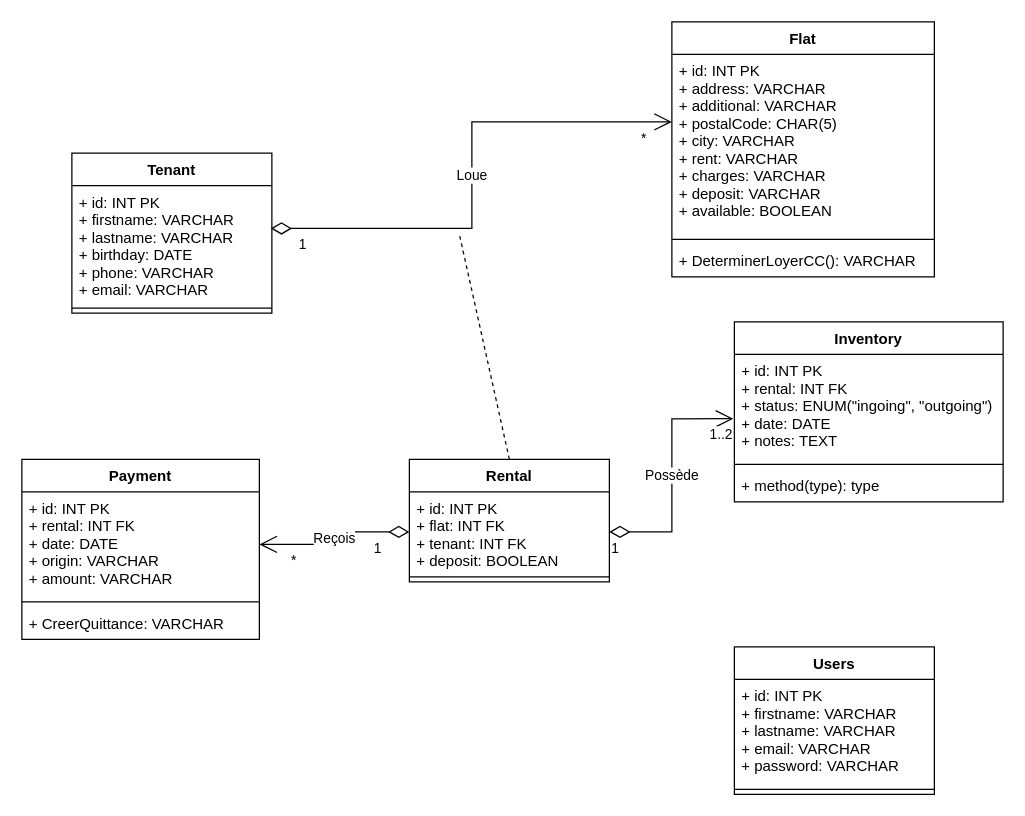
The draw.io diagram UML.drawio in ColeeneP/AppGestionLocation, before the edit. Source tidied: cells renumbered, new cells numbered last; positions are measured from the earlier drawing's top-left corner, leaving out a move shared by most shapes. Both pictures are drawn from the tidied source at 125%, with x=0, y=0 at pixel (21, 21).
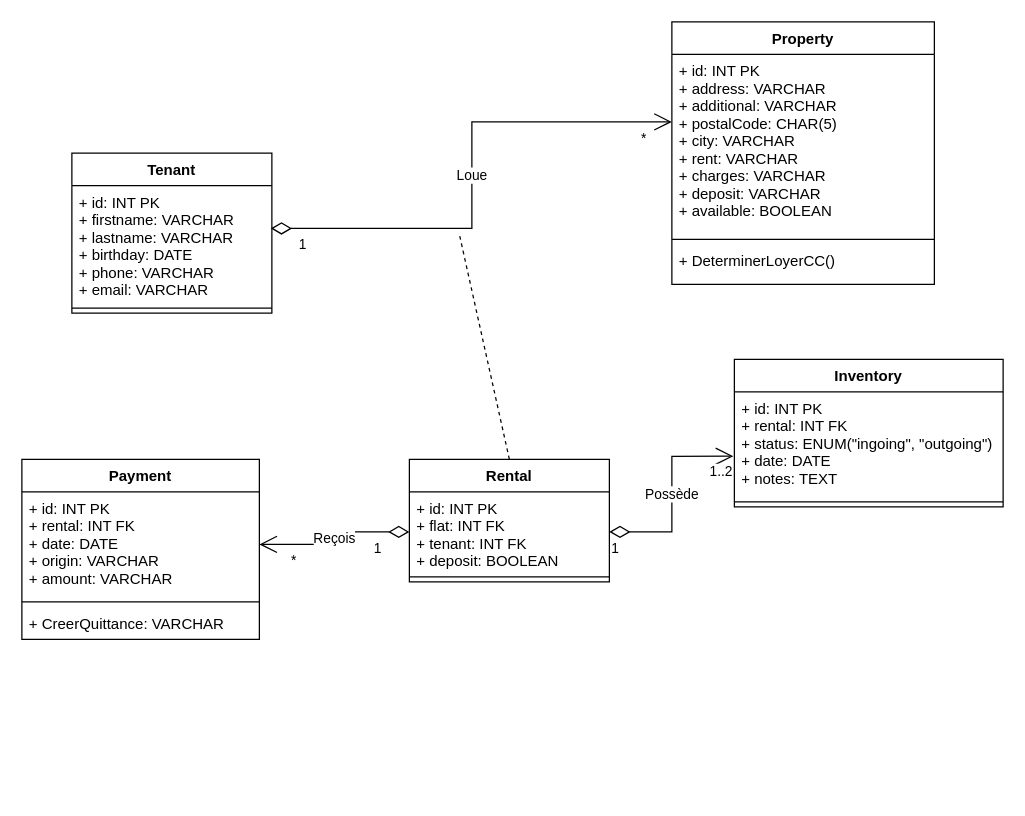
After the change.

The edit, as a diff of the source:
```diff
@@
-    <mxCell id="5" value="Flat" style="swimlane;fontStyle=1;align=center;verticalAlign=top;horizontal=1;startSize=26;" parent="1" vertex="1">
-      <mxGeometry x="520" width="210" height="204" as="geometry" />
+    <mxCell id="5" value="Property" style="swimlane;fontStyle=1;align=center;verticalAlign=top;horizontal=1;startSize=26;" parent="1" vertex="1">
+      <mxGeometry x="520" width="210" height="210" as="geometry" />
     </mxCell>
@@
-    <mxCell id="8" value="+ DeterminerLoyerCC(): VARCHAR" style="text;strokeColor=none;fillColor=none;align=left;verticalAlign=top;spacingLeft=4;spacingRight=4;overflow=hidden;" parent="5" vertex="1">
-      <mxGeometry y="178" width="210" height="26" as="geometry" />
+    <mxCell id="8" value="+ DeterminerLoyerCC()" style="text;strokeColor=none;fillColor=none;align=left;verticalAlign=top;spacingLeft=4;spacingRight=4;overflow=hidden;" parent="5" vertex="1">
+      <mxGeometry y="178" width="210" height="32" as="geometry" />
     </mxCell>
@@
     <mxCell id="16" value="Inventory" style="swimlane;fontStyle=1;align=center;verticalAlign=top;horizontal=1;startSize=26;" parent="1" vertex="1">
-      <mxGeometry x="570" y="240" width="215" height="144" as="geometry" />
+      <mxGeometry x="570" y="270" width="215" height="118" as="geometry" />
     </mxCell>
@@
-    <mxCell id="19" value="+ method(type): type" style="text;strokeColor=none;fillColor=none;align=left;verticalAlign=top;spacingLeft=4;spacingRight=4;overflow=hidden;" parent="16" vertex="1">
-      <mxGeometry y="118" width="215" height="26" as="geometry" />
-    </mxCell>
-    <mxCell id="20" value="Users" style="swimlane;fontStyle=1;align=center;verticalAlign=top;horizontal=1;startSize=26;" parent="1" vertex="1">
-      <mxGeometry x="570" y="500" width="160" height="118" as="geometry" />
-    </mxCell>
-    <mxCell id="21" value="+ id: INT PK&#10;+ firstname: VARCHAR&#10;+ lastname: VARCHAR&#10;+ email: VARCHAR&#10;+ password: VARCHAR" style="text;strokeColor=none;fillColor=none;align=left;verticalAlign=top;spacingLeft=4;spacingRight=4;overflow=hidden;" parent="20" vertex="1">
-      <mxGeometry y="26" width="160" height="84" as="geometry" />
-    </mxCell>
-    <mxCell id="22" style="line;strokeWidth=1;fillColor=none;align=left;verticalAlign=middle;spacingTop=-1;spacingLeft=3;spacingRight=3;labelPosition=right;strokeColor=inherit;" parent="20" vertex="1">
-      <mxGeometry y="110" width="160" height="8" as="geometry" />
-    </mxCell>
```
